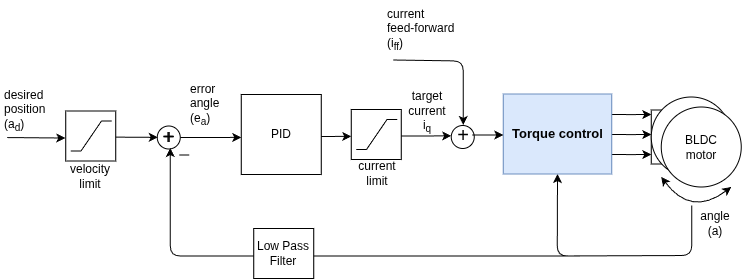
Above: extras/Images/an_b_i.drawio.png in simplefoc/simplefoc.github.io (draw.io), before the change. Source tidied: cells renumbered, new cells last; positions are measured from the earlier drawing's top-left corner, leaving out a move shared by most shapes.
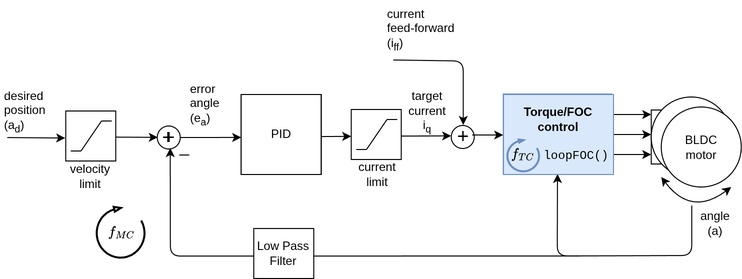
The same file after the commit.

What changed in the source:
```diff
@@ -51,7 +51,7 @@
       <mxGeometry x="154.8" y="126.5" width="23" height="23" as="geometry" />
     </mxCell>
     <mxCell id="13" style="group;" parent="1" vertex="1">
-      <mxGeometry x="238.8" y="95" width="80" height="80" as="geometry" />
+      <mxGeometry x="238.8" y="95" width="80" height="163.4" as="geometry" />
     </mxCell>
     <mxCell id="14" style="edgeStyle=orthogonalEdgeStyle;rounded=0;orthogonalLoop=1;jettySize=auto;html=1;exitX=1;exitY=0.5;exitDx=0;exitDy=0;entryX=0;entryY=0.463;entryDx=0;entryDy=0;entryPerimeter=0;" parent="13" edge="1">
       <mxGeometry relative="1" as="geometry">
@@ -68,148 +68,181 @@
     <mxCell id="16" value="PID" style="text;html=1;strokeColor=none;fillColor=none;align=center;verticalAlign=middle;whiteSpace=wrap;rounded=0;" parent="13" vertex="1">
       <mxGeometry y="22.5" width="80" height="35" as="geometry" />
     </mxCell>
-    <mxCell id="17" style="edgeStyle=orthogonalEdgeStyle;rounded=0;orthogonalLoop=1;jettySize=auto;html=1;exitX=1;exitY=0.5;exitDx=0;exitDy=0;entryX=0;entryY=0.463;entryDx=0;entryDy=0;entryPerimeter=0;" parent="1" edge="1">
-      <mxGeometry relative="1" as="geometry">
-        <mxPoint x="368.7" y="136.6" as="sourcePoint" />
-        <mxPoint x="448.7" y="136.3" as="targetPoint" />
-        <Array as="points">
-          <mxPoint x="408.8" y="136.5" />
-        </Array>
-      </mxGeometry>
+    <mxCell id="17" style="group;" parent="13" vertex="1">
+      <mxGeometry x="-144.8" width="224.6" height="163.4" as="geometry" />
     </mxCell>
-    <mxCell id="18" style="endArrow=none;html=1;" parent="1" edge="1">
-      <mxGeometry relative="1" as="geometry">
-        <mxPoint x="176.8" y="155.5" as="sourcePoint" />
-        <mxPoint x="186.8" y="155.5" as="targetPoint" />
-      </mxGeometry>
+    <mxCell id="18" style="whiteSpace=wrap;html=1;strokeColor=#000000;" parent="17" vertex="1">
+      <mxGeometry x="144.6" width="80" height="80" as="geometry" />
     </mxCell>
-    <mxCell id="19" value="&lt;font style=&quot;font-size: 20px&quot;&gt;+&lt;/font&gt;" style="text;html=1;strokeColor=none;fillColor=none;align=center;verticalAlign=middle;whiteSpace=wrap;rounded=0;" parent="1" vertex="1">
-      <mxGeometry x="157.2" y="125" width="18" height="24" as="geometry" />
+    <mxCell id="19" value="PID" style="text;html=1;strokeColor=none;fillColor=none;align=center;verticalAlign=middle;whiteSpace=wrap;rounded=0;" parent="17" vertex="1">
+      <mxGeometry x="144.6" y="22.5" width="80" height="35" as="geometry" />
     </mxCell>
-    <mxCell id="20" value="angle (a)" style="text;html=1;strokeColor=none;fillColor=none;align=center;verticalAlign=middle;whiteSpace=wrap;rounded=0;" parent="1" vertex="1">
-      <mxGeometry x="692.8" y="213.5" width="40" height="20" as="geometry" />
+    <mxCell id="20" style="group;" parent="17" vertex="1">
+      <mxGeometry y="112.4" width="48.3" height="51" as="geometry" />
     </mxCell>
-    <mxCell id="21" value="&lt;span style=&quot;text-align: center; text-wrap-mode: wrap;&quot;&gt;error&lt;/span&gt;&lt;br style=&quot;text-align: center; text-wrap-mode: wrap;&quot;&gt;&lt;span style=&quot;text-align: center; text-wrap-mode: wrap;&quot;&gt;angle&amp;nbsp;&lt;/span&gt;&lt;br style=&quot;text-align: center; text-wrap-mode: wrap;&quot;&gt;&lt;span style=&quot;text-align: center; text-wrap-mode: wrap;&quot;&gt;(e&lt;/span&gt;&lt;sub style=&quot;text-align: center; text-wrap-mode: wrap;&quot;&gt;a&lt;/sub&gt;&lt;span style=&quot;text-align: center; text-wrap-mode: wrap;&quot;&gt;)&lt;/span&gt;" style="text;html=1;align=left;verticalAlign=top;spacingTop=-4;" parent="1" vertex="1">
-      <mxGeometry x="186.2" y="80" width="60" height="50" as="geometry" />
+    <mxCell id="21" style="verticalLabelPosition=bottom;html=1;verticalAlign=top;strokeWidth=2;shape=mxgraph.lean_mapping.physical_pull;flipH=0;legacyAnchorPoints=0;flipV=1;rotation=-90;" parent="20" vertex="1">
+      <mxGeometry x="-1.4" y="1.4" width="51" height="48.3" as="geometry" />
     </mxCell>
-    <mxCell id="22" value="target&lt;br&gt;current i&lt;sub&gt;q&lt;/sub&gt;" style="text;html=1;strokeColor=none;fillColor=none;align=center;verticalAlign=middle;whiteSpace=wrap;rounded=0;" parent="1" vertex="1">
-      <mxGeometry x="404.8" y="102.5" width="40" height="20" as="geometry" />
+    <mxCell id="22" value="`f_{MC}`" style="text;html=1;whiteSpace=wrap;strokeColor=none;fillColor=none;align=center;verticalAlign=middle;rounded=0;" parent="20" vertex="1">
+      <mxGeometry x="18.1" y="12.2" width="14.8" height="26.5" as="geometry" />
     </mxCell>
-    <mxCell id="23" style="whiteSpace=wrap;html=1;" parent="1" vertex="1">
-      <mxGeometry x="348.8" y="110" width="50" height="50" as="geometry" />
+    <mxCell id="23" style="edgeStyle=orthogonalEdgeStyle;rounded=0;orthogonalLoop=1;jettySize=auto;html=1;exitX=1;exitY=0.5;exitDx=0;exitDy=0;entryX=0;entryY=0.463;entryDx=0;entryDy=0;entryPerimeter=0;" parent="1" edge="1">
+      <mxGeometry relative="1" as="geometry">
+        <mxPoint x="368.7" y="136.6" as="sourcePoint" />
+        <mxPoint x="448.7" y="136.3" as="targetPoint" />
+        <Array as="points">
+          <mxPoint x="408.8" y="136.5" />
+        </Array>
+      </mxGeometry>
     </mxCell>
-    <mxCell id="24" style="group;" parent="1" vertex="1">
-      <mxGeometry x="353.8" y="120" width="41" height="30" as="geometry" />
+    <mxCell id="24" style="endArrow=none;html=1;" parent="1" edge="1">
+      <mxGeometry relative="1" as="geometry">
+        <mxPoint x="176.8" y="155.5" as="sourcePoint" />
+        <mxPoint x="186.8" y="155.5" as="targetPoint" />
+      </mxGeometry>
     </mxCell>
-    <mxCell id="25" style="endArrow=none;html=1;" parent="24" edge="1">
-      <mxGeometry relative="1" as="geometry">
-        <mxPoint x="10.2" y="30" as="sourcePoint" />
-        <mxPoint x="30.8" as="targetPoint" />
-      </mxGeometry>
+    <mxCell id="25" value="&lt;font style=&quot;font-size: 20px&quot;&gt;+&lt;/font&gt;" style="text;html=1;strokeColor=none;fillColor=none;align=center;verticalAlign=middle;whiteSpace=wrap;rounded=0;" parent="1" vertex="1">
+      <mxGeometry x="157.2" y="125" width="18" height="24" as="geometry" />
     </mxCell>
-    <mxCell id="26" style="endArrow=none;html=1;" parent="24" edge="1">
-      <mxGeometry relative="1" as="geometry">
-        <mxPoint x="30.8" as="sourcePoint" />
-        <mxPoint x="41" as="targetPoint" />
-      </mxGeometry>
+    <mxCell id="26" value="angle (a)" style="text;html=1;strokeColor=none;fillColor=none;align=center;verticalAlign=middle;whiteSpace=wrap;rounded=0;" parent="1" vertex="1">
+      <mxGeometry x="692.8" y="213.5" width="40" height="20" as="geometry" />
     </mxCell>
-    <mxCell id="27" style="endArrow=none;html=1;" parent="24" edge="1">
-      <mxGeometry relative="1" as="geometry">
-        <mxPoint y="30" as="sourcePoint" />
-        <mxPoint x="10.2" y="30" as="targetPoint" />
-      </mxGeometry>
+    <mxCell id="27" value="&lt;span style=&quot;text-align: center; text-wrap-mode: wrap;&quot;&gt;error&lt;/span&gt;&lt;br style=&quot;text-align: center; text-wrap-mode: wrap;&quot;&gt;&lt;span style=&quot;text-align: center; text-wrap-mode: wrap;&quot;&gt;angle&amp;nbsp;&lt;/span&gt;&lt;br style=&quot;text-align: center; text-wrap-mode: wrap;&quot;&gt;&lt;span style=&quot;text-align: center; text-wrap-mode: wrap;&quot;&gt;(e&lt;/span&gt;&lt;sub style=&quot;text-align: center; text-wrap-mode: wrap;&quot;&gt;a&lt;/sub&gt;&lt;span style=&quot;text-align: center; text-wrap-mode: wrap;&quot;&gt;)&lt;/span&gt;" style="text;html=1;align=left;verticalAlign=top;spacingTop=-4;" parent="1" vertex="1">
+      <mxGeometry x="186.2" y="80" width="60" height="50" as="geometry" />
     </mxCell>
-    <mxCell id="28" style="endArrow=classic;html=1;entryX=0;entryY=0.5;entryDx=0;entryDy=0;" parent="1" edge="1">
-      <mxGeometry relative="1" as="geometry">
-        <mxPoint x="111.8" y="137.6" as="sourcePoint" />
-        <mxPoint x="155.2" y="137.9" as="targetPoint" />
-      </mxGeometry>
+    <mxCell id="28" value="target&lt;br&gt;current i&lt;sub&gt;q&lt;/sub&gt;" style="text;html=1;strokeColor=none;fillColor=none;align=center;verticalAlign=middle;whiteSpace=wrap;rounded=0;" parent="1" vertex="1">
+      <mxGeometry x="404.8" y="102.5" width="40" height="20" as="geometry" />
     </mxCell>
-    <mxCell id="29" value="current&lt;br&gt;limit" style="text;html=1;strokeColor=none;fillColor=none;align=center;verticalAlign=middle;whiteSpace=wrap;rounded=0;" parent="1" vertex="1">
-      <mxGeometry x="354.8" y="164.5" width="40" height="20" as="geometry" />
+    <mxCell id="29" style="whiteSpace=wrap;html=1;" parent="1" vertex="1">
+      <mxGeometry x="348.8" y="110" width="50" height="50" as="geometry" />
     </mxCell>
-    <mxCell id="30" value="&lt;span style=&quot;text-wrap-mode: wrap; text-align: center;&quot;&gt;desired&lt;br&gt;position&lt;br&gt;(a&lt;/span&gt;&lt;sub style=&quot;text-wrap-mode: wrap; text-align: center;&quot;&gt;d&lt;/sub&gt;&lt;span style=&quot;text-wrap-mode: wrap; text-align: center;&quot;&gt;)&lt;/span&gt;" style="text;html=1;" parent="1" vertex="1">
-      <mxGeometry x="0.2" y="82.5" width="40" height="70" as="geometry" />
+    <mxCell id="30" style="group;" parent="1" vertex="1">
+      <mxGeometry x="353.8" y="120" width="41" height="30" as="geometry" />
     </mxCell>
-    <mxCell id="31" style="whiteSpace=wrap;html=1;" parent="1" vertex="1">
-      <mxGeometry x="63.2" y="111.5" width="50" height="50" as="geometry" />
+    <mxCell id="31" style="endArrow=none;html=1;" parent="30" edge="1">
+      <mxGeometry relative="1" as="geometry">
+        <mxPoint x="10.2" y="30" as="sourcePoint" />
+        <mxPoint x="30.8" as="targetPoint" />
+      </mxGeometry>
     </mxCell>
-    <mxCell id="32" style="group;" parent="1" vertex="1">
-      <mxGeometry x="68.2" y="121.5" width="41" height="30" as="geometry" />
+    <mxCell id="32" style="endArrow=none;html=1;" parent="30" edge="1">
+      <mxGeometry relative="1" as="geometry">
+        <mxPoint x="30.8" as="sourcePoint" />
+        <mxPoint x="41" as="targetPoint" />
+      </mxGeometry>
     </mxCell>
-    <mxCell id="33" style="endArrow=none;html=1;" parent="32" edge="1">
+    <mxCell id="33" style="endArrow=none;html=1;" parent="30" edge="1">
       <mxGeometry relative="1" as="geometry">
-        <mxPoint x="10.2" y="30" as="sourcePoint" />
-        <mxPoint x="30.8" as="targetPoint" />
+        <mxPoint y="30" as="sourcePoint" />
+        <mxPoint x="10.2" y="30" as="targetPoint" />
       </mxGeometry>
     </mxCell>
-    <mxCell id="34" style="endArrow=none;html=1;" parent="32" edge="1">
+    <mxCell id="34" style="endArrow=classic;html=1;entryX=0;entryY=0.5;entryDx=0;entryDy=0;" parent="1" edge="1">
       <mxGeometry relative="1" as="geometry">
-        <mxPoint x="30.8" as="sourcePoint" />
-        <mxPoint x="41" as="targetPoint" />
+        <mxPoint x="111.8" y="137.6" as="sourcePoint" />
+        <mxPoint x="155.2" y="137.9" as="targetPoint" />
       </mxGeometry>
     </mxCell>
-    <mxCell id="35" style="endArrow=none;html=1;" parent="32" edge="1">
-      <mxGeometry relative="1" as="geometry">
-        <mxPoint y="30" as="sourcePoint" />
-        <mxPoint x="10.2" y="30" as="targetPoint" />
-      </mxGeometry>
+    <mxCell id="35" value="current&lt;br&gt;limit" style="text;html=1;strokeColor=none;fillColor=none;align=center;verticalAlign=middle;whiteSpace=wrap;rounded=0;" parent="1" vertex="1">
+      <mxGeometry x="354.8" y="164.5" width="40" height="20" as="geometry" />
     </mxCell>
-    <mxCell id="36" value="velocity&lt;br&gt;limit" style="text;html=1;strokeColor=none;fillColor=none;align=center;verticalAlign=middle;whiteSpace=wrap;rounded=0;" parent="1" vertex="1">
-      <mxGeometry x="68.2" y="166.5" width="40" height="20" as="geometry" />
+    <mxCell id="36" value="&lt;span style=&quot;text-wrap-mode: wrap; text-align: center;&quot;&gt;desired&lt;br&gt;position&lt;br&gt;(a&lt;/span&gt;&lt;sub style=&quot;text-wrap-mode: wrap; text-align: center;&quot;&gt;d&lt;/sub&gt;&lt;span style=&quot;text-wrap-mode: wrap; text-align: center;&quot;&gt;)&lt;/span&gt;" style="text;html=1;" parent="1" vertex="1">
+      <mxGeometry x="0.2" y="82.5" width="40" height="70" as="geometry" />
     </mxCell>
-    <mxCell id="37" style="endArrow=classic;html=1;entryX=0;entryY=0.5;entryDx=0;entryDy=0;" parent="1" edge="1">
-      <mxGeometry relative="1" as="geometry">
-        <mxPoint x="4.8" y="138" as="sourcePoint" />
-        <mxPoint x="62.8" y="138.5" as="targetPoint" />
-      </mxGeometry>
+    <mxCell id="37" style="whiteSpace=wrap;html=1;" parent="1" vertex="1">
+      <mxGeometry x="63.2" y="111.5" width="50" height="50" as="geometry" />
     </mxCell>
-    <mxCell id="38" style="endArrow=classic;html=1;entryX=0.5;entryY=1;entryDx=0;entryDy=0;" parent="1" edge="1" target="39">
-      <mxGeometry relative="1" as="geometry">
-        <mxPoint x="689.2" y="206" as="sourcePoint" />
-        <Array as="points">
-          <mxPoint x="689.2" y="256" />
-          <mxPoint x="554.8" y="256.5" />
-        </Array>
-      </mxGeometry>
+    <mxCell id="38" style="group;" parent="1" vertex="1">
+      <mxGeometry x="68.2" y="121.5" width="41" height="30" as="geometry" />
     </mxCell>
-    <mxCell id="39" value="&lt;b style=&quot;font-size: 13px&quot;&gt;Torque control&lt;br&gt;&lt;/b&gt;" style="rounded=0;whiteSpace=wrap;html=1;fillColor=#dae8fc;strokeColor=#6c8ebf;" parent="1" vertex="1">
-      <mxGeometry x="500.8" y="94.5" width="108.5" height="80" as="geometry" />
+    <mxCell id="39" style="endArrow=none;html=1;" parent="38" edge="1">
+      <mxGeometry relative="1" as="geometry">
+        <mxPoint x="10.2" y="30" as="sourcePoint" />
+        <mxPoint x="30.8" as="targetPoint" />
+      </mxGeometry>
     </mxCell>
-    <mxCell id="40" style="ellipse;whiteSpace=wrap;html=1;strokeColor=#000000;" parent="1" vertex="1">
-      <mxGeometry x="448.8" y="126" width="23" height="23" as="geometry" />
+    <mxCell id="40" style="endArrow=none;html=1;" parent="38" edge="1">
+      <mxGeometry relative="1" as="geometry">
+        <mxPoint x="30.8" as="sourcePoint" />
+        <mxPoint x="41" as="targetPoint" />
+      </mxGeometry>
     </mxCell>
-    <mxCell id="41" style="edgeStyle=orthogonalEdgeStyle;rounded=0;jettySize=auto;html=1;exitX=1;exitY=0.5;exitDx=0;exitDy=0;entryX=0;entryY=0.5;entryDx=0;entryDy=0;" parent="1" edge="1" source="42">
+    <mxCell id="41" style="endArrow=none;html=1;" parent="38" edge="1">
       <mxGeometry relative="1" as="geometry">
-        <mxPoint x="500.8" y="135.5" as="targetPoint" />
+        <mxPoint y="30" as="sourcePoint" />
+        <mxPoint x="10.2" y="30" as="targetPoint" />
       </mxGeometry>
     </mxCell>
-    <mxCell id="42" value="&lt;font style=&quot;font-size: 20px&quot;&gt;+&lt;/font&gt;" style="text;html=1;strokeColor=none;fillColor=none;align=center;verticalAlign=middle;whiteSpace=wrap;rounded=0;" parent="1" vertex="1">
-      <mxGeometry x="451.8" y="123.5" width="18" height="24" as="geometry" />
+    <mxCell id="42" value="velocity&lt;br&gt;limit" style="text;html=1;strokeColor=none;fillColor=none;align=center;verticalAlign=middle;whiteSpace=wrap;rounded=0;" parent="1" vertex="1">
+      <mxGeometry x="68.2" y="166.5" width="40" height="20" as="geometry" />
     </mxCell>
-    <mxCell id="43" style="endArrow=classic;html=1;" parent="1" edge="1">
+    <mxCell id="43" style="endArrow=classic;html=1;entryX=0;entryY=0.5;entryDx=0;entryDy=0;" parent="1" edge="1">
       <mxGeometry relative="1" as="geometry">
-        <mxPoint x="390.8" y="60.5" as="sourcePoint" />
-        <mxPoint x="460.8" y="125.5" as="targetPoint" />
-        <Array as="points">
-          <mxPoint x="460.8" y="61.5" />
-        </Array>
+        <mxPoint x="4.8" y="138" as="sourcePoint" />
+        <mxPoint x="62.8" y="138.5" as="targetPoint" />
       </mxGeometry>
     </mxCell>
-    <mxCell id="44" value="current&lt;br&gt;&lt;div&gt;&lt;span style=&quot;background-color: transparent; color: light-dark(rgb(0, 0, 0), rgb(255, 255, 255));&quot;&gt;feed-forward&amp;nbsp;&lt;/span&gt;&lt;/div&gt;&lt;div&gt;&lt;span style=&quot;background-color: transparent; color: light-dark(rgb(0, 0, 0), rgb(255, 255, 255));&quot;&gt;(i&lt;/span&gt;&lt;sub style=&quot;background-color: transparent; color: light-dark(rgb(0, 0, 0), rgb(255, 255, 255));&quot;&gt;ff&lt;/sub&gt;&lt;span style=&quot;background-color: transparent; color: light-dark(rgb(0, 0, 0), rgb(255, 255, 255));&quot;&gt;)&lt;/span&gt;&lt;/div&gt;" style="text;whiteSpace=wrap;html=1;" parent="1" vertex="1">
-      <mxGeometry x="383.2" y="0.5" width="100" height="70" as="geometry" />
+    <mxCell id="44" style="endArrow=classic;html=1;entryX=0.5;entryY=1;entryDx=0;entryDy=0;" parent="1" edge="1" target="45">
+      <mxGeometry relative="1" as="geometry">
+        <mxPoint x="689.2" y="206" as="sourcePoint" />
+        <Array as="points">
+          <mxPoint x="689.2" y="256" />
+          <mxPoint x="554.8" y="256.5" />
+        </Array>
+      </mxGeometry>
     </mxCell>
-    <mxCell id="45" value="&lt;font style=&quot;font-size: 20px&quot;&gt;+&lt;/font&gt;" style="text;html=1;strokeColor=none;fillColor=none;align=center;verticalAlign=middle;whiteSpace=wrap;rounded=0;" parent="1" vertex="1">
-      <mxGeometry x="157.8" y="125" width="18" height="24" as="geometry" />
+    <mxCell id="45" value="&lt;b style=&quot;font-size: 13px&quot;&gt;Torque control&lt;br&gt;&lt;/b&gt;" style="rounded=0;whiteSpace=wrap;html=1;fillColor=#dae8fc;strokeColor=#6c8ebf;" parent="1" vertex="1">
+      <mxGeometry x="500.8" y="94.5" width="108.5" height="80" as="geometry" />
     </mxCell>
-    <mxCell id="46" style="edgeStyle=orthogonalEdgeStyle;rounded=1;orthogonalLoop=1;jettySize=auto;html=1;entryX=0.5;entryY=1;entryDx=0;entryDy=0;" parent="1" edge="1">
-      <mxGeometry relative="1" as="geometry">
-        <mxPoint x="576.8" y="256.5" as="sourcePoint" />
-        <mxPoint x="167.8" y="148.5" as="targetPoint" />
-      </mxGeometry>
+    <mxCell id="46" style="ellipse;whiteSpace=wrap;html=1;strokeColor=#000000;" parent="1" vertex="1">
+      <mxGeometry x="448.8" y="126" width="23" height="23" as="geometry" />
     </mxCell>
-    <mxCell id="47" value="Low Pass&lt;br&gt;Filter" style="rounded=0;whiteSpace=wrap;html=1;strokeColor=#000000;" parent="1" vertex="1">
-      <mxGeometry x="251.2" y="229" width="60" height="50" as="geometry" />
+    <mxCell id="47" style="edgeStyle=orthogonalEdgeStyle;rounded=0;jettySize=auto;html=1;exitX=1;exitY=0.5;exitDx=0;exitDy=0;entryX=0;entryY=0.5;entryDx=0;entryDy=0;" parent="1" edge="1" source="48">
+      <mxGeometry relative="1" as="geometry">
+        <mxPoint x="500.8" y="135.5" as="targetPoint" />
+      </mxGeometry>
     </mxCell>
+    <mxCell id="48" value="&lt;font style=&quot;font-size: 20px&quot;&gt;+&lt;/font&gt;" style="text;html=1;strokeColor=none;fillColor=none;align=center;verticalAlign=middle;whiteSpace=wrap;rounded=0;" parent="1" vertex="1">
+      <mxGeometry x="451.8" y="123.5" width="18" height="24" as="geometry" />
+    </mxCell>
+    <mxCell id="49" style="endArrow=classic;html=1;" parent="1" edge="1">
+      <mxGeometry relative="1" as="geometry">
+        <mxPoint x="390.8" y="60.5" as="sourcePoint" />
+        <mxPoint x="460.8" y="125.5" as="targetPoint" />
+        <Array as="points">
+          <mxPoint x="460.8" y="61.5" />
+        </Array>
+      </mxGeometry>
+    </mxCell>
+    <mxCell id="50" value="current&lt;br&gt;&lt;div&gt;&lt;span style=&quot;background-color: transparent; color: light-dark(rgb(0, 0, 0), rgb(255, 255, 255));&quot;&gt;feed-forward&amp;nbsp;&lt;/span&gt;&lt;/div&gt;&lt;div&gt;&lt;span style=&quot;background-color: transparent; color: light-dark(rgb(0, 0, 0), rgb(255, 255, 255));&quot;&gt;(i&lt;/span&gt;&lt;sub style=&quot;background-color: transparent; color: light-dark(rgb(0, 0, 0), rgb(255, 255, 255));&quot;&gt;ff&lt;/sub&gt;&lt;span style=&quot;background-color: transparent; color: light-dark(rgb(0, 0, 0), rgb(255, 255, 255));&quot;&gt;)&lt;/span&gt;&lt;/div&gt;" style="text;whiteSpace=wrap;html=1;" parent="1" vertex="1">
+      <mxGeometry x="383.2" y="0.5" width="100" height="70" as="geometry" />
+    </mxCell>
+    <mxCell id="51" value="&lt;font style=&quot;font-size: 20px&quot;&gt;+&lt;/font&gt;" style="text;html=1;strokeColor=none;fillColor=none;align=center;verticalAlign=middle;whiteSpace=wrap;rounded=0;" parent="1" vertex="1">
+      <mxGeometry x="157.8" y="125" width="18" height="24" as="geometry" />
+    </mxCell>
+    <mxCell id="52" style="edgeStyle=orthogonalEdgeStyle;rounded=1;orthogonalLoop=1;jettySize=auto;html=1;entryX=0.5;entryY=1;entryDx=0;entryDy=0;" parent="1" edge="1">
+      <mxGeometry relative="1" as="geometry">
+        <mxPoint x="576.8" y="256.5" as="sourcePoint" />
+        <mxPoint x="167.8" y="148.5" as="targetPoint" />
+      </mxGeometry>
+    </mxCell>
+    <mxCell id="53" value="Low Pass&lt;br&gt;Filter" style="rounded=0;whiteSpace=wrap;html=1;strokeColor=#000000;" parent="1" vertex="1">
+      <mxGeometry x="251.2" y="229" width="60" height="50" as="geometry" />
+    </mxCell>
+    <mxCell id="54" style="group;" parent="1" vertex="1">
+      <mxGeometry x="501" y="95" width="110" height="80" as="geometry" />
+    </mxCell>
+    <mxCell id="55" value="&lt;div style=&quot;&quot;&gt;&lt;b style=&quot;background-color: transparent; color: light-dark(rgb(0, 0, 0), rgb(255, 255, 255));&quot;&gt;Torque/FOC&lt;/b&gt;&lt;/div&gt;&lt;div style=&quot;&quot;&gt;&lt;b style=&quot;background-color: transparent; color: light-dark(rgb(0, 0, 0), rgb(255, 255, 255));&quot;&gt;control&lt;br&gt;&lt;br&gt;&lt;/b&gt;&lt;/div&gt;&lt;div style=&quot;&quot;&gt;&lt;span style=&quot;background-color: transparent; color: light-dark(rgb(0, 0, 0), rgb(255, 255, 255)); font-family: &amp;quot;Courier New&amp;quot;;&quot;&gt;&amp;nbsp; &amp;nbsp; &amp;nbsp;loopFOC()&lt;/span&gt;&lt;/div&gt;" style="rounded=0;whiteSpace=wrap;html=1;fillColor=#dae8fc;strokeColor=#6c8ebf;align=center;" parent="54" vertex="1">
+      <mxGeometry width="110" height="80" as="geometry" />
+    </mxCell>
+    <mxCell id="56" style="group;" parent="54" vertex="1">
+      <mxGeometry x="3.8" y="45" width="32" height="32" as="geometry" />
+    </mxCell>
+    <mxCell id="57" style="verticalLabelPosition=bottom;html=1;verticalAlign=top;strokeWidth=2;shape=mxgraph.lean_mapping.physical_pull;flipH=0;legacyAnchorPoints=0;flipV=1;rotation=-90;fillColor=#dae8fc;strokeColor=#6c8ebf;" parent="56" vertex="1">
+      <mxGeometry width="32" height="32" as="geometry" />
+    </mxCell>
+    <mxCell id="58" value="`f_{TC}`" style="text;html=1;whiteSpace=wrap;strokeColor=none;fillColor=none;align=center;verticalAlign=middle;rounded=0;" parent="56" vertex="1">
+      <mxGeometry x="2.9" y="2" width="26.2" height="25" as="geometry" />
+    </mxCell>
   </root>
 </mxGraphModel>
```
